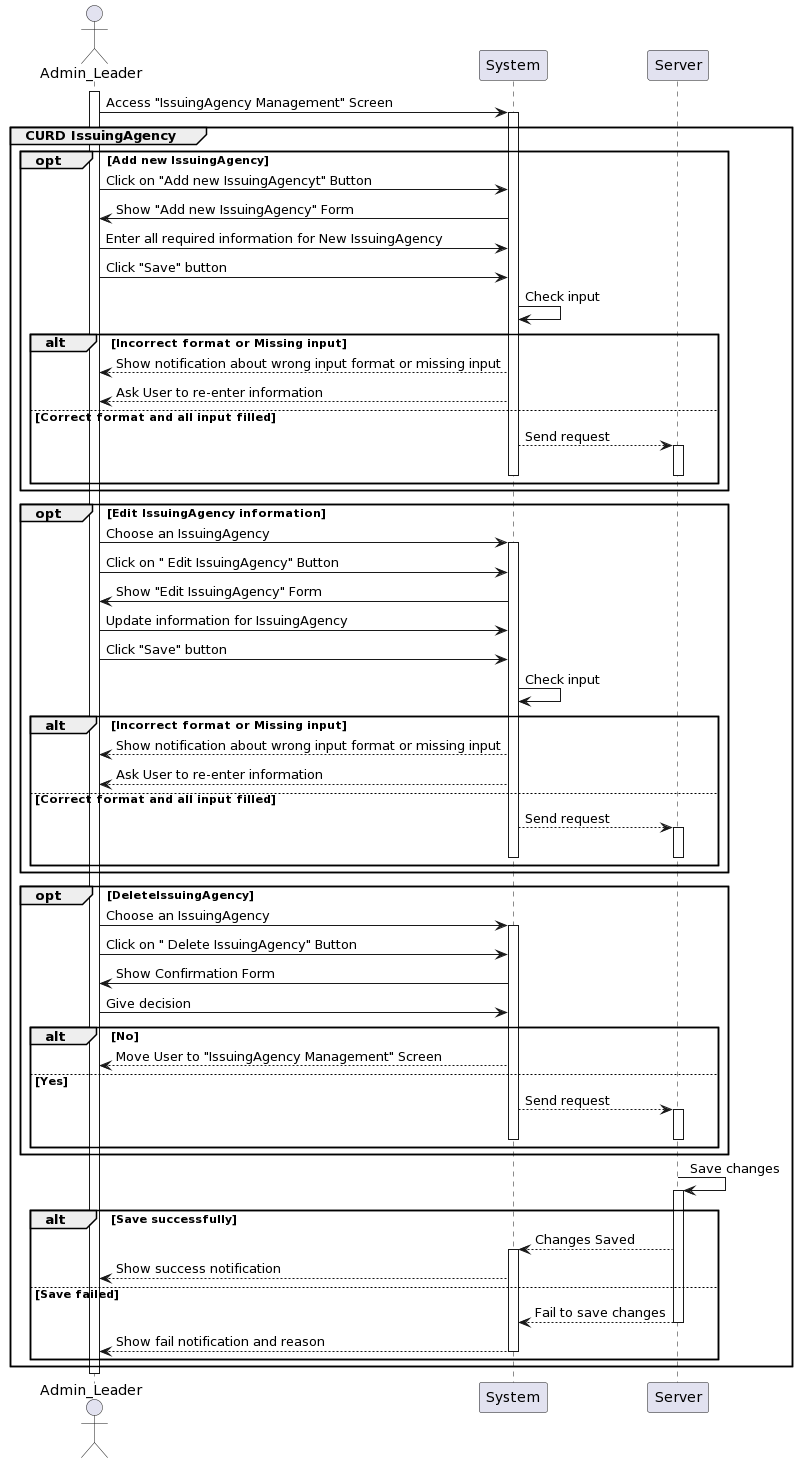
Above: Lab1/Lab1.2/SequenceDiagram/SystemManagement/IssuingAgencyManagement/IssuingAgencyManagement_SequenceDiagram.png in khoapham1003/SE357-Pratice-class (PlantUML), before the change. Its diagram source:
```plantuml
@startuml
actor Admin_Leader as User
participant System
participant Server

activate User
User -> System: Access "IssuingAgency Management" Screen
activate System

group CURD IssuingAgency

opt Add new IssuingAgency
    User -> System: Click on "Add new IssuingAgencyt" Button
    System -> User: Show "Add new IssuingAgency" Form
    User -> System: Enter all required information for New IssuingAgency
    User -> System: Click "Save" button
    System -> System: Check input
    alt Incorrect format or Missing input
        System --> User: Show notification about wrong input format or missing input
        System --> User: Ask User to re-enter information
    else Correct format and all input filled
       System --> Server: Send request
activate Server
deactivate System
deactivate Server
    end
end

opt Edit IssuingAgency information

    User -> System: Choose an IssuingAgency
activate System
    User -> System: Click on " Edit IssuingAgency" Button
    System -> User: Show "Edit IssuingAgency" Form
    User -> System: Update information for IssuingAgency
    User -> System: Click "Save" button
    System -> System: Check input
    alt Incorrect format or Missing input
        System --> User: Show notification about wrong input format or missing input
        System --> User: Ask User to re-enter information
    else Correct format and all input filled
       System --> Server: Send request
activate Server
deactivate System
deactivate Server
    end
end

opt DeleteIssuingAgency
    User -> System: Choose an IssuingAgency
activate System
    User -> System: Click on " Delete IssuingAgency" Button
    System -> User: Show Confirmation Form
    User -> System: Give decision
    alt No
        System--> User: Move User to "IssuingAgency Management" Screen
    else Yes
       System --> Server: Send request
activate Server
deactivate System
deactivate Server
    end
end
    Server -> Server: Save changes
activate Server
    alt Save successfully
        Server --> System: Changes Saved
activate System
        System --> User: Show success notification
    else Save failed
        Server --> System: Fail to save changes
deactivate Server
        System --> User: Show fail notification and reason
deactivate System
    end
end
deactivate Server
deactivate User
@enduml
```
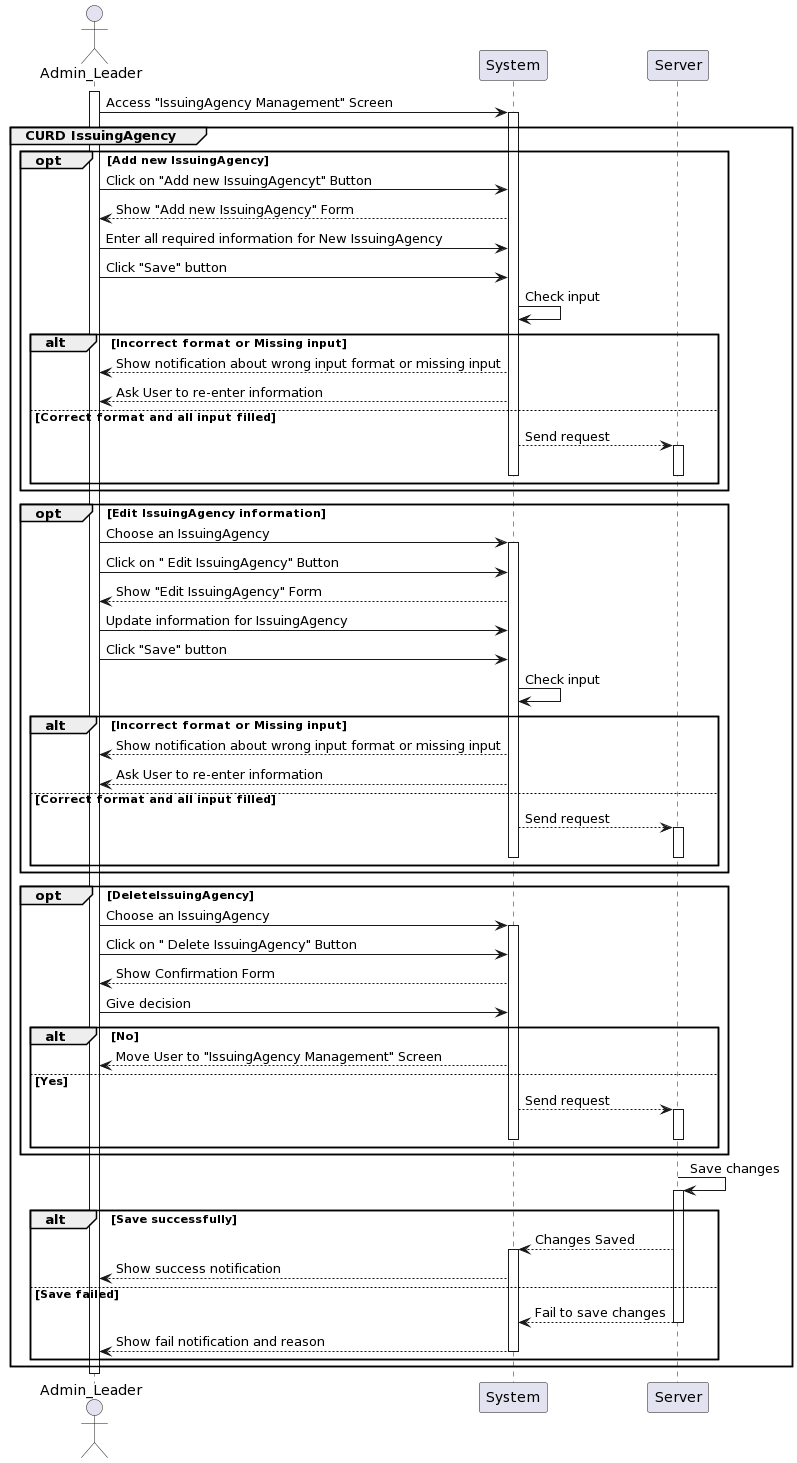
Above is the later version.

Change to the diagram source:
```diff
@@ -11,7 +11,7 @@
 
 opt Add new IssuingAgency
     User -> System: Click on "Add new IssuingAgencyt" Button
-    System -> User: Show "Add new IssuingAgency" Form
+    System --> User: Show "Add new IssuingAgency" Form
     User -> System: Enter all required information for New IssuingAgency
     User -> System: Click "Save" button
     System -> System: Check input
@@ -31,7 +31,7 @@
     User -> System: Choose an IssuingAgency
 activate System
     User -> System: Click on " Edit IssuingAgency" Button
-    System -> User: Show "Edit IssuingAgency" Form
+    System --> User: Show "Edit IssuingAgency" Form
     User -> System: Update information for IssuingAgency
     User -> System: Click "Save" button
     System -> System: Check input
@@ -50,7 +50,7 @@
     User -> System: Choose an IssuingAgency
 activate System
     User -> System: Click on " Delete IssuingAgency" Button
-    System -> User: Show Confirmation Form
+    System --> User: Show Confirmation Form
     User -> System: Give decision
     alt No
         System--> User: Move User to "IssuingAgency Management" Screen
```
